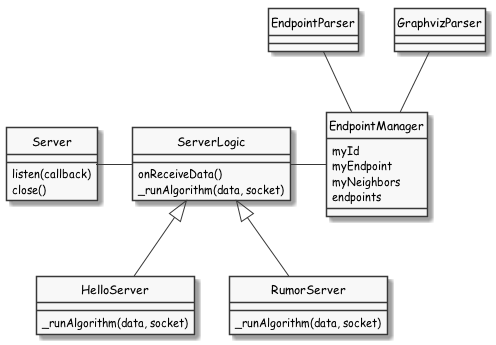
The PlantUML diagram docs/figures/components.png in felixble/htw-ava-ws16-rumor, before a commit.
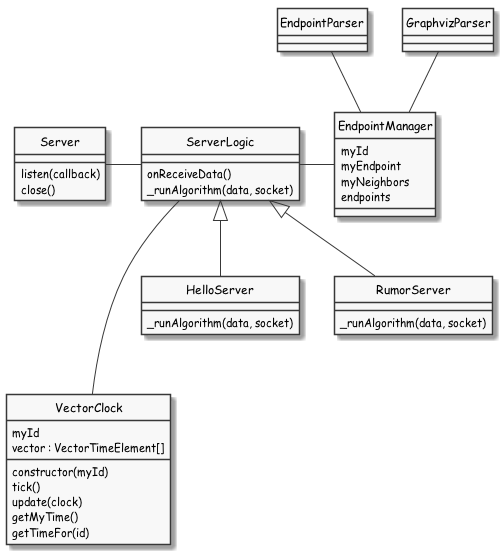
The same file after the commit.

Change to the diagram source:
```diff
@@ -7,6 +7,8 @@
 
 EndpointManager --left---- ServerLogic
 Server --right---- ServerLogic
+
+ServerLogic --- VectorClock
 
 ServerLogic <|-- HelloServer
 ServerLogic <|-- RumorServer
@@ -46,6 +48,15 @@
 class GraphvizParser {
 }
 
+class VectorClock {
+    myId
+    vector : VectorTimeElement[]
+    constructor(myId)
+    tick()
+    update(clock)
+    getMyTime()
+    getTimeFor(id)
+}
 
 
 
```
